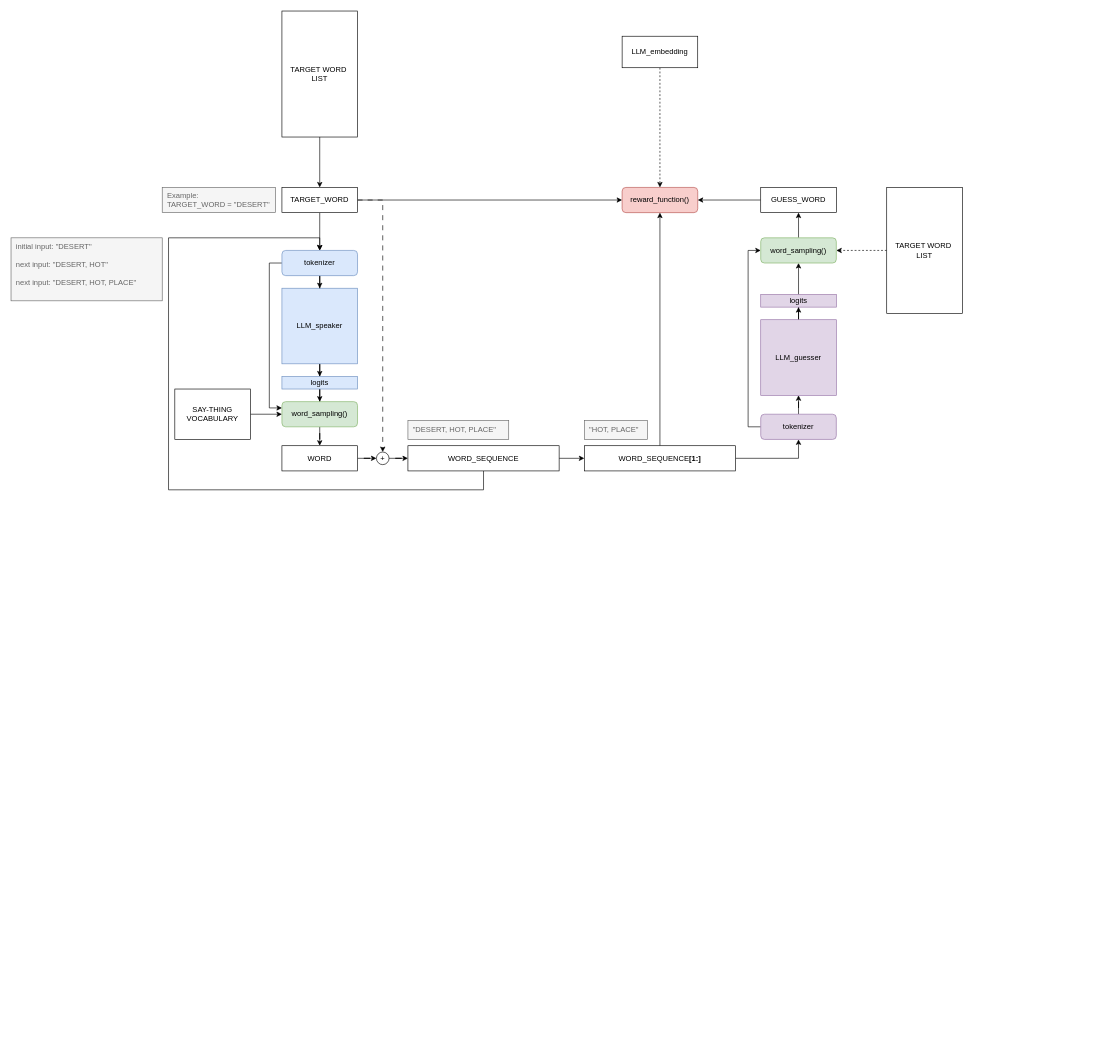
This is page "post" (1 of 2) of docs/RL_idea.drawio from holistudio/llm_do_thing, a draw.io file, before an edit. Source tidied: cells renumbered, new cells numbered last; positions are measured from the earlier drawing's top-left corner, leaving out a move shared by most shapes. Both pictures are drawn from the tidied source at 63%, with x=0, y=0 at pixel (11, 11).
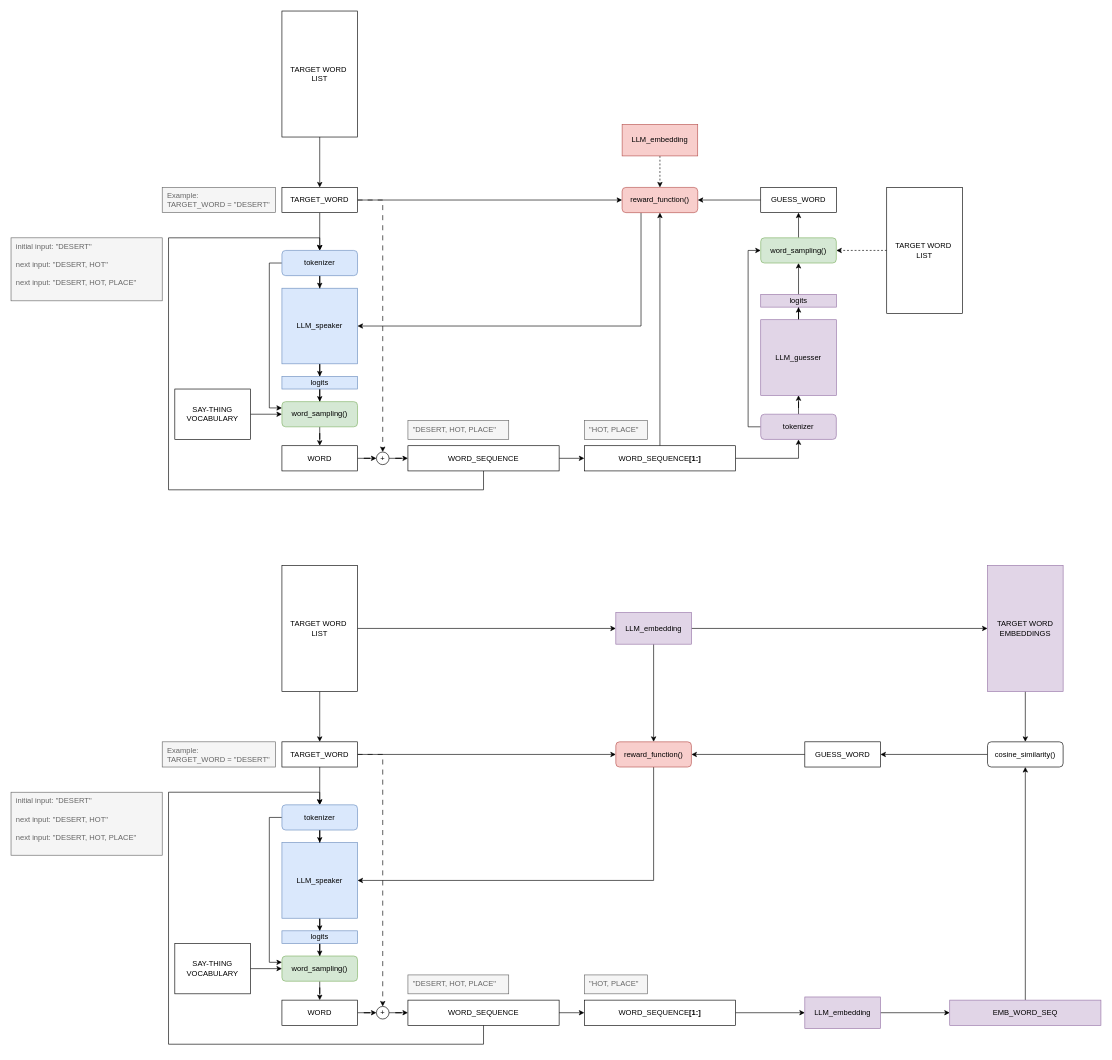
The same diagram, later.

Unchanged cells that the change refers to:
```xml
<mxCell id="7" value="LLM_speaker" style="rounded=0;whiteSpace=wrap;html=1;fillColor=#dae8fc;strokeColor=#6c8ebf;" parent="1" vertex="1">
  <mxGeometry x="430" y="440" width="120" height="120" as="geometry" />
</mxCell>
<mxCell id="43" value="reward_function()" style="rounded=1;whiteSpace=wrap;html=1;fillColor=#f8cecc;strokeColor=#b85450;" parent="1" vertex="1">
  <mxGeometry x="970" y="280" width="120" height="40" as="geometry" />
</mxCell>
```

The edit, as a diff of the source:
```diff
@@
+    <mxCell id="49" style="edgeStyle=orthogonalEdgeStyle;rounded=0;jettySize=auto;html=1;entryX=1;entryY=0.5;entryDx=0;entryDy=0;exitX=0.25;exitY=1;exitDx=0;exitDy=0;" parent="1" edge="1" source="43" target="7">
+      <mxGeometry relative="1" as="geometry" />
+    </mxCell>
@@
-    <mxCell id="44" style="edgeStyle=orthogonalEdgeStyle;rounded=0;jettySize=auto;html=1;entryX=0.5;entryY=0;entryDx=0;entryDy=0;dashed=1;" parent="1" edge="1" source="45" target="43">
-      <mxGeometry relative="1" as="geometry">
-        <Array as="points">
-          <mxPoint x="1030" y="140" />
-          <mxPoint x="1030" y="140" />
-        </Array>
-      </mxGeometry>
+    <mxCell id="44" style="edgeStyle=orthogonalEdgeStyle;rounded=0;jettySize=auto;html=1;entryX=0.5;entryY=0;entryDx=0;entryDy=0;dashed=1;exitX=0.5;exitY=1;exitDx=0;exitDy=0;" parent="1" edge="1" source="45" target="43">
+      <mxGeometry relative="1" as="geometry" />
     </mxCell>
-    <mxCell id="45" value="LLM_embedding" style="rounded=0;whiteSpace=wrap;html=1;" parent="1" vertex="1">
-      <mxGeometry x="970" y="40" width="120" height="50" as="geometry" />
+    <mxCell id="45" value="LLM_embedding" style="rounded=0;whiteSpace=wrap;html=1;fillColor=#f8cecc;strokeColor=#b85450;" parent="1" vertex="1">
+      <mxGeometry x="970" y="180" width="120" height="50" as="geometry" />
     </mxCell>
@@
+    <mxCell id="50" style="edgeStyle=orthogonalEdgeStyle;rounded=0;jettySize=auto;html=1;entryX=0.5;entryY=0;entryDx=0;entryDy=0;dashed=1;dashPattern=8 8;" parent="1" edge="1" source="53" target="73">
+      <mxGeometry relative="1" as="geometry" />
+    </mxCell>
+    <mxCell id="51" style="edgeStyle=orthogonalEdgeStyle;rounded=0;jettySize=auto;html=1;entryX=0.5;entryY=0;entryDx=0;entryDy=0;" parent="1" edge="1" source="53" target="77">
+      <mxGeometry relative="1" as="geometry" />
+    </mxCell>
+    <mxCell id="52" style="edgeStyle=orthogonalEdgeStyle;rounded=0;jettySize=auto;html=1;entryX=0;entryY=0.5;entryDx=0;entryDy=0;" parent="1" edge="1" source="53" target="87">
+      <mxGeometry relative="1" as="geometry" />
+    </mxCell>
+    <mxCell id="53" value="TARGET_WORD" style="rounded=0;whiteSpace=wrap;html=1;" parent="1" vertex="1">
+      <mxGeometry x="430" y="1160" width="120" height="40" as="geometry" />
+    </mxCell>
+    <mxCell id="54" style="edgeStyle=orthogonalEdgeStyle;rounded=0;jettySize=auto;html=1;entryX=0.5;entryY=0;entryDx=0;entryDy=0;" parent="1" edge="1" source="55" target="57">
+      <mxGeometry relative="1" as="geometry" />
+    </mxCell>
+    <mxCell id="55" value="LLM_speaker" style="rounded=0;whiteSpace=wrap;html=1;fillColor=#dae8fc;strokeColor=#6c8ebf;" parent="1" vertex="1">
+      <mxGeometry x="430" y="1320" width="120" height="120" as="geometry" />
+    </mxCell>
+    <mxCell id="56" style="edgeStyle=orthogonalEdgeStyle;rounded=0;jettySize=auto;html=1;entryX=0.5;entryY=0;entryDx=0;entryDy=0;" parent="1" edge="1" source="57" target="59">
+      <mxGeometry relative="1" as="geometry" />
+    </mxCell>
+    <mxCell id="57" value="logits" style="rounded=0;whiteSpace=wrap;html=1;fillColor=#dae8fc;strokeColor=#6c8ebf;" parent="1" vertex="1">
+      <mxGeometry x="430" y="1460" width="120" height="20" as="geometry" />
+    </mxCell>
+    <mxCell id="58" style="edgeStyle=orthogonalEdgeStyle;rounded=0;jettySize=auto;html=1;entryX=0.5;entryY=0;entryDx=0;entryDy=0;" parent="1" edge="1" source="59" target="66">
+      <mxGeometry relative="1" as="geometry" />
+    </mxCell>
+    <mxCell id="59" value="word_sampling()" style="rounded=1;whiteSpace=wrap;html=1;fillColor=#d5e8d4;strokeColor=#82b366;" parent="1" vertex="1">
+      <mxGeometry x="430" y="1500" width="120" height="40" as="geometry" />
+    </mxCell>
+    <mxCell id="60" style="edgeStyle=orthogonalEdgeStyle;rounded=0;jettySize=auto;html=1;entryX=0.5;entryY=0;entryDx=0;entryDy=0;" parent="1" edge="1" source="62" target="53">
+      <mxGeometry relative="1" as="geometry" />
+    </mxCell>
+    <mxCell id="61" style="edgeStyle=orthogonalEdgeStyle;rounded=0;jettySize=auto;html=1;entryX=0;entryY=0.5;entryDx=0;entryDy=0;" parent="1" edge="1" source="62" target="92">
+      <mxGeometry relative="1" as="geometry" />
+    </mxCell>
+    <mxCell id="62" value="TARGET WORD&amp;nbsp;&lt;div&gt;LIST&lt;/div&gt;" style="rounded=0;whiteSpace=wrap;html=1;" parent="1" vertex="1">
+      <mxGeometry x="430" y="880" width="120" height="200" as="geometry" />
+    </mxCell>
+    <mxCell id="63" style="edgeStyle=orthogonalEdgeStyle;rounded=0;jettySize=auto;html=1;entryX=0;entryY=0.5;entryDx=0;entryDy=0;" parent="1" edge="1" source="64" target="59">
+      <mxGeometry relative="1" as="geometry" />
+    </mxCell>
+    <mxCell id="64" value="SAY-THING VOCABULARY" style="rounded=0;whiteSpace=wrap;html=1;" parent="1" vertex="1">
+      <mxGeometry x="260" y="1480" width="120" height="80" as="geometry" />
+    </mxCell>
+    <mxCell id="65" style="edgeStyle=orthogonalEdgeStyle;rounded=0;jettySize=auto;html=1;entryX=0;entryY=0.5;entryDx=0;entryDy=0;" parent="1" edge="1" source="66" target="73">
+      <mxGeometry relative="1" as="geometry" />
+    </mxCell>
+    <mxCell id="66" value="WORD" style="rounded=0;whiteSpace=wrap;html=1;" parent="1" vertex="1">
+      <mxGeometry x="430" y="1570" width="120" height="40" as="geometry" />
+    </mxCell>
+    <mxCell id="67" style="edgeStyle=orthogonalEdgeStyle;rounded=0;jettySize=auto;html=1;entryX=0.5;entryY=0;entryDx=0;entryDy=0;exitX=0.5;exitY=1;exitDx=0;exitDy=0;" parent="1" edge="1" source="69" target="77">
+      <mxGeometry relative="1" as="geometry">
+        <Array as="points">
+          <mxPoint x="750" y="1640" />
+          <mxPoint x="250" y="1640" />
+          <mxPoint x="250" y="1240" />
+          <mxPoint x="490" y="1240" />
+        </Array>
+      </mxGeometry>
+    </mxCell>
+    <mxCell id="68" style="edgeStyle=orthogonalEdgeStyle;rounded=0;jettySize=auto;html=1;entryX=0;entryY=0.5;entryDx=0;entryDy=0;" parent="1" edge="1" source="95" target="79">
+      <mxGeometry relative="1" as="geometry" />
+    </mxCell>
+    <mxCell id="69" value="WORD_SEQUENCE" style="rounded=0;whiteSpace=wrap;html=1;" parent="1" vertex="1">
+      <mxGeometry x="630" y="1570" width="240" height="40" as="geometry" />
+    </mxCell>
+    <mxCell id="70" value="initial input: &quot;DESERT&quot;&lt;div&gt;&lt;br&gt;&lt;/div&gt;&lt;div&gt;next input: &quot;DESERT, HOT&quot;&lt;/div&gt;&lt;div&gt;&lt;br&gt;&lt;/div&gt;&lt;div&gt;next input: &quot;DESERT, HOT, PLACE&quot;&lt;/div&gt;" style="rounded=0;whiteSpace=wrap;html=1;fillColor=#f5f5f5;strokeColor=#666666;align=left;verticalAlign=top;spacingLeft=6;spacingRight=6;fontColor=#666666;" parent="1" vertex="1">
+      <mxGeometry y="1240" width="240" height="100" as="geometry" />
+    </mxCell>
+    <mxCell id="71" value="Example:&lt;div&gt;TARGET_WORD = &quot;DESERT&quot;&lt;/div&gt;" style="rounded=0;whiteSpace=wrap;html=1;fillColor=#f5f5f5;strokeColor=#666666;align=left;verticalAlign=top;spacingLeft=6;spacingRight=6;fontColor=#666666;" parent="1" vertex="1">
+      <mxGeometry x="240" y="1160" width="180" height="40" as="geometry" />
+    </mxCell>
+    <mxCell id="72" style="edgeStyle=orthogonalEdgeStyle;rounded=0;jettySize=auto;html=1;entryX=0;entryY=0.5;entryDx=0;entryDy=0;" parent="1" edge="1" source="73" target="69">
+      <mxGeometry relative="1" as="geometry" />
+    </mxCell>
+    <mxCell id="73" value="+" style="ellipse;whiteSpace=wrap;html=1;" parent="1" vertex="1">
+      <mxGeometry x="580" y="1580" width="20" height="20" as="geometry" />
+    </mxCell>
+    <mxCell id="74" value="&lt;div&gt;&quot;DESERT, HOT, PLACE&quot;&lt;/div&gt;" style="rounded=0;whiteSpace=wrap;html=1;fillColor=#f5f5f5;strokeColor=#666666;align=left;verticalAlign=top;spacingLeft=6;spacingRight=6;fontColor=#666666;" parent="1" vertex="1">
+      <mxGeometry x="630" y="1530" width="160" height="30" as="geometry" />
+    </mxCell>
+    <mxCell id="75" style="edgeStyle=orthogonalEdgeStyle;rounded=0;jettySize=auto;html=1;entryX=0.5;entryY=0;entryDx=0;entryDy=0;" parent="1" edge="1" source="77" target="55">
+      <mxGeometry relative="1" as="geometry" />
+    </mxCell>
+    <mxCell id="76" style="edgeStyle=orthogonalEdgeStyle;rounded=0;jettySize=auto;html=1;entryX=0;entryY=0.25;entryDx=0;entryDy=0;" parent="1" edge="1" source="77" target="59">
+      <mxGeometry relative="1" as="geometry">
+        <Array as="points">
+          <mxPoint x="410" y="1280" />
+          <mxPoint x="410" y="1510" />
+        </Array>
+      </mxGeometry>
+    </mxCell>
+    <mxCell id="77" value="tokenizer" style="rounded=1;whiteSpace=wrap;html=1;fillColor=#dae8fc;strokeColor=#6c8ebf;" parent="1" vertex="1">
+      <mxGeometry x="430" y="1260" width="120" height="40" as="geometry" />
+    </mxCell>
+    <mxCell id="78" style="edgeStyle=orthogonalEdgeStyle;rounded=0;jettySize=auto;html=1;entryX=0;entryY=0.5;entryDx=0;entryDy=0;" parent="1" edge="1" source="79" target="81">
+      <mxGeometry relative="1" as="geometry" />
+    </mxCell>
+    <mxCell id="79" value="LLM_embedding" style="rounded=0;whiteSpace=wrap;html=1;fillColor=#e1d5e7;strokeColor=#9673a6;" parent="1" vertex="1">
+      <mxGeometry x="1260" y="1565" width="120" height="50" as="geometry" />
+    </mxCell>
+    <mxCell id="80" style="edgeStyle=orthogonalEdgeStyle;rounded=0;jettySize=auto;html=1;entryX=0.5;entryY=1;entryDx=0;entryDy=0;" parent="1" edge="1" source="81" target="85">
+      <mxGeometry relative="1" as="geometry" />
+    </mxCell>
+    <mxCell id="81" value="EMB_WORD_SEQ" style="rounded=0;whiteSpace=wrap;html=1;fillColor=#e1d5e7;strokeColor=#9673a6;" parent="1" vertex="1">
+      <mxGeometry x="1490" y="1570" width="240" height="40" as="geometry" />
+    </mxCell>
+    <mxCell id="82" style="edgeStyle=orthogonalEdgeStyle;rounded=0;jettySize=auto;html=1;entryX=0.5;entryY=0;entryDx=0;entryDy=0;" parent="1" edge="1" source="83" target="85">
+      <mxGeometry relative="1" as="geometry" />
+    </mxCell>
+    <mxCell id="83" value="TARGET WORD EMBEDDINGS" style="rounded=0;whiteSpace=wrap;html=1;fillColor=#e1d5e7;strokeColor=#9673a6;" parent="1" vertex="1">
+      <mxGeometry x="1550" y="880" width="120" height="200" as="geometry" />
+    </mxCell>
+    <mxCell id="84" style="edgeStyle=orthogonalEdgeStyle;rounded=0;jettySize=auto;html=1;" parent="1" edge="1" source="85" target="89">
+      <mxGeometry relative="1" as="geometry" />
+    </mxCell>
+    <mxCell id="85" value="cosine_similarity()" style="rounded=1;whiteSpace=wrap;html=1;" parent="1" vertex="1">
+      <mxGeometry x="1550" y="1160" width="120" height="40" as="geometry" />
+    </mxCell>
+    <mxCell id="86" style="edgeStyle=orthogonalEdgeStyle;rounded=0;jettySize=auto;html=1;entryX=1;entryY=0.5;entryDx=0;entryDy=0;exitX=0.5;exitY=1;exitDx=0;exitDy=0;" parent="1" edge="1" source="87" target="55">
+      <mxGeometry relative="1" as="geometry" />
+    </mxCell>
+    <mxCell id="87" value="reward_function()" style="rounded=1;whiteSpace=wrap;html=1;fillColor=#f8cecc;strokeColor=#b85450;" parent="1" vertex="1">
+      <mxGeometry x="960" y="1160" width="120" height="40" as="geometry" />
+    </mxCell>
+    <mxCell id="88" style="edgeStyle=orthogonalEdgeStyle;rounded=0;jettySize=auto;html=1;entryX=1;entryY=0.5;entryDx=0;entryDy=0;" parent="1" edge="1" source="89" target="87">
+      <mxGeometry relative="1" as="geometry" />
+    </mxCell>
+    <mxCell id="89" value="GUESS_WORD" style="rounded=0;whiteSpace=wrap;html=1;" parent="1" vertex="1">
+      <mxGeometry x="1260" y="1160" width="120" height="40" as="geometry" />
+    </mxCell>
+    <mxCell id="90" style="edgeStyle=orthogonalEdgeStyle;rounded=0;jettySize=auto;html=1;entryX=0.5;entryY=0;entryDx=0;entryDy=0;" parent="1" edge="1" source="92" target="87">
+      <mxGeometry relative="1" as="geometry" />
+    </mxCell>
+    <mxCell id="91" style="edgeStyle=orthogonalEdgeStyle;rounded=0;jettySize=auto;html=1;entryX=0;entryY=0.5;entryDx=0;entryDy=0;" parent="1" edge="1" source="92" target="83">
+      <mxGeometry relative="1" as="geometry" />
+    </mxCell>
+    <mxCell id="92" value="LLM_embedding" style="rounded=0;whiteSpace=wrap;html=1;fillColor=#e1d5e7;strokeColor=#9673a6;" parent="1" vertex="1">
+      <mxGeometry x="960" y="955" width="120" height="50" as="geometry" />
+    </mxCell>
+    <mxCell id="93" value="&lt;div&gt;&quot;HOT, PLACE&quot;&lt;/div&gt;" style="rounded=0;whiteSpace=wrap;html=1;fillColor=#f5f5f5;strokeColor=#666666;align=left;verticalAlign=top;spacingLeft=6;spacingRight=6;fontColor=#666666;" parent="1" vertex="1">
+      <mxGeometry x="910" y="1530" width="100" height="30" as="geometry" />
+    </mxCell>
+    <mxCell id="94" style="edgeStyle=orthogonalEdgeStyle;rounded=0;jettySize=auto;html=1;entryX=0;entryY=0.5;entryDx=0;entryDy=0;" parent="1" edge="1" source="69" target="95">
+      <mxGeometry relative="1" as="geometry" />
+    </mxCell>
+    <mxCell id="95" value="WORD_SEQUENCE&lt;b&gt;[1:]&lt;/b&gt;" style="rounded=0;whiteSpace=wrap;html=1;" parent="1" vertex="1">
+      <mxGeometry x="910" y="1570" width="240" height="40" as="geometry" />
+    </mxCell>
```
